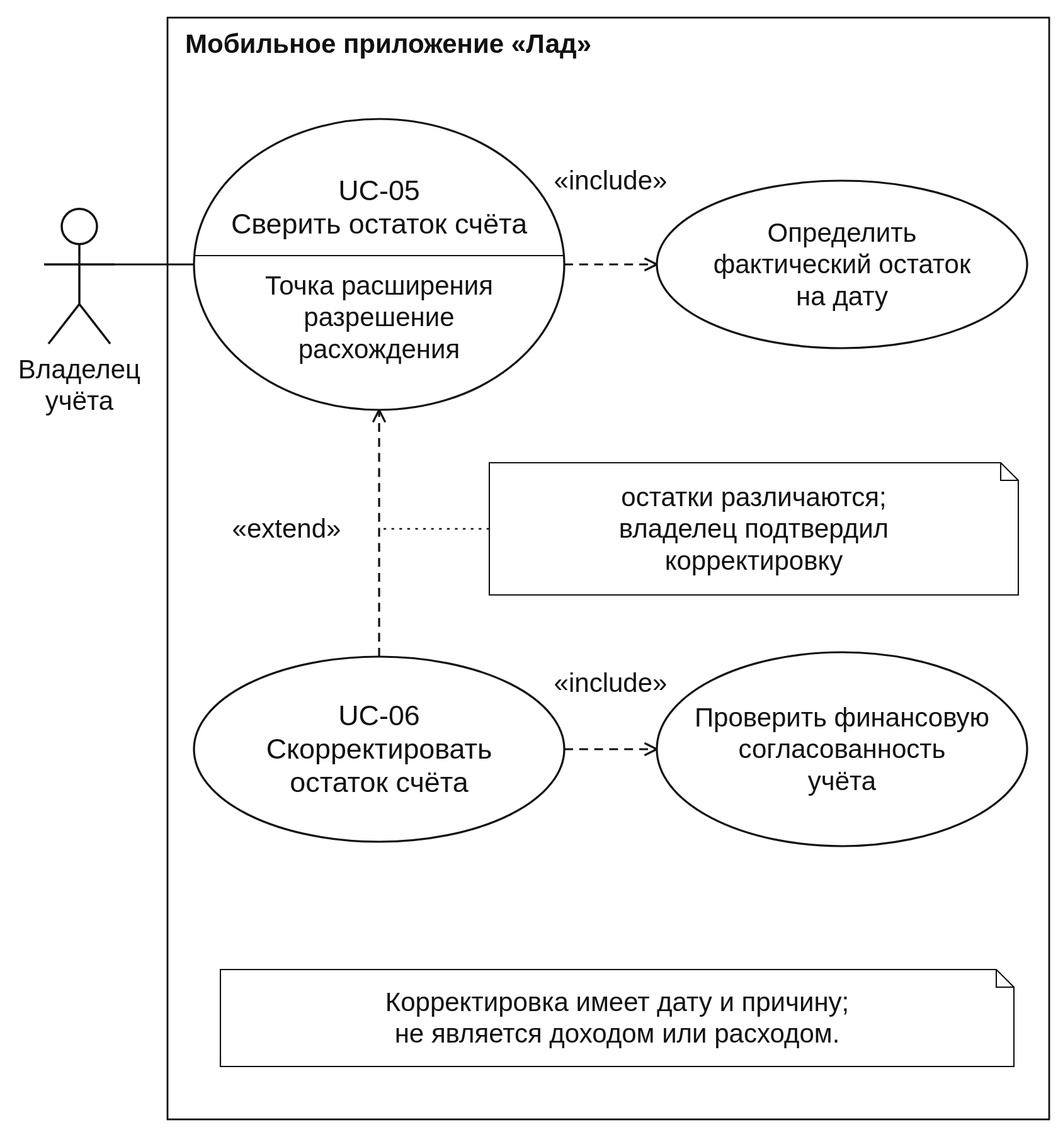
The PlantUML diagram output/thesis/figures/02-use-cases-reconciliation.svg in Tiroras/lad-finance, before a commit. Its source is kept beside it as output/thesis/figures/02-use-cases-reconciliation.puml.
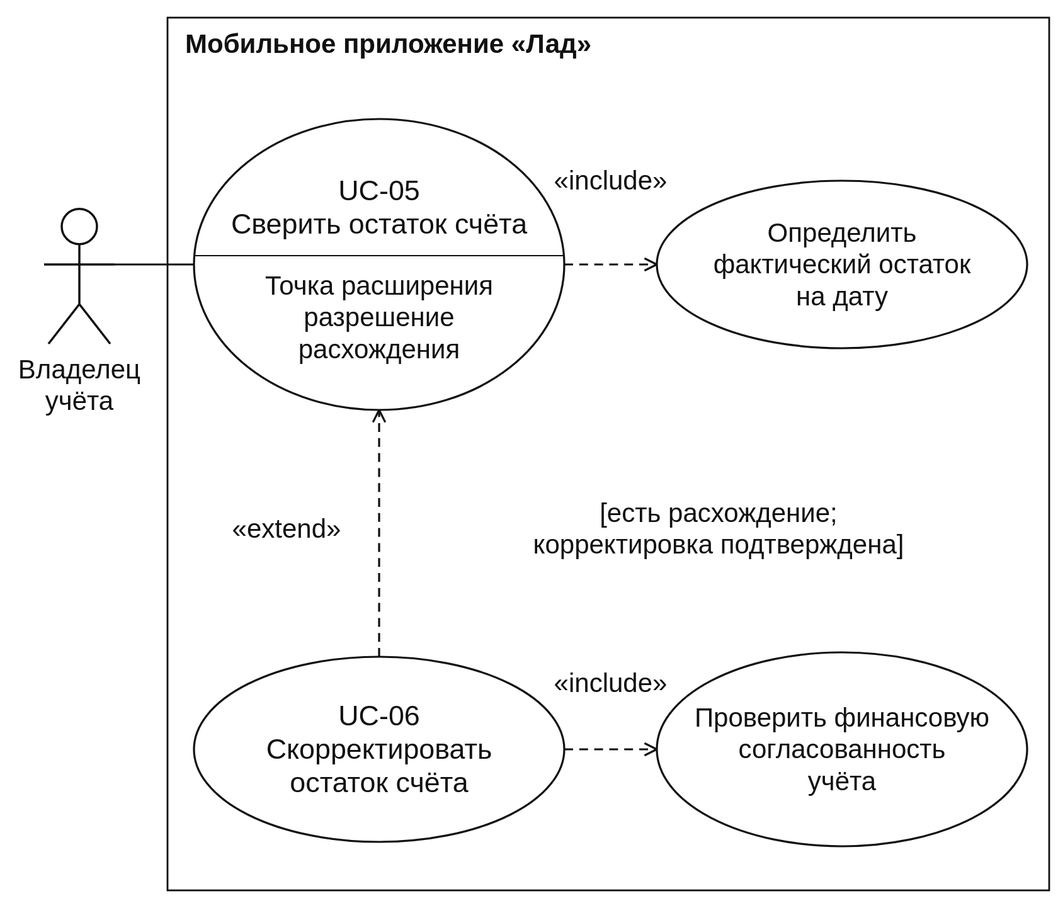
The same diagram one commit later.

Change to the diagram source:
```diff
@@ -12,11 +12,6 @@
 }
 Owner -- U5
 U5 ..> H10 : <<include>>
-U6 ..> U5 : <<extend>>
-note on link
-остатки различаются;
-владелец подтвердил корректировку
-end note
+U6 ..> U5 : <<extend>>\n[остатки различаются;\nвладелец подтвердил корректировку]
 U6 ..> H5 : <<include>>
-note "Корректировка имеет дату и причину;\nне является доходом или расходом." as N1
 @enduml
```
